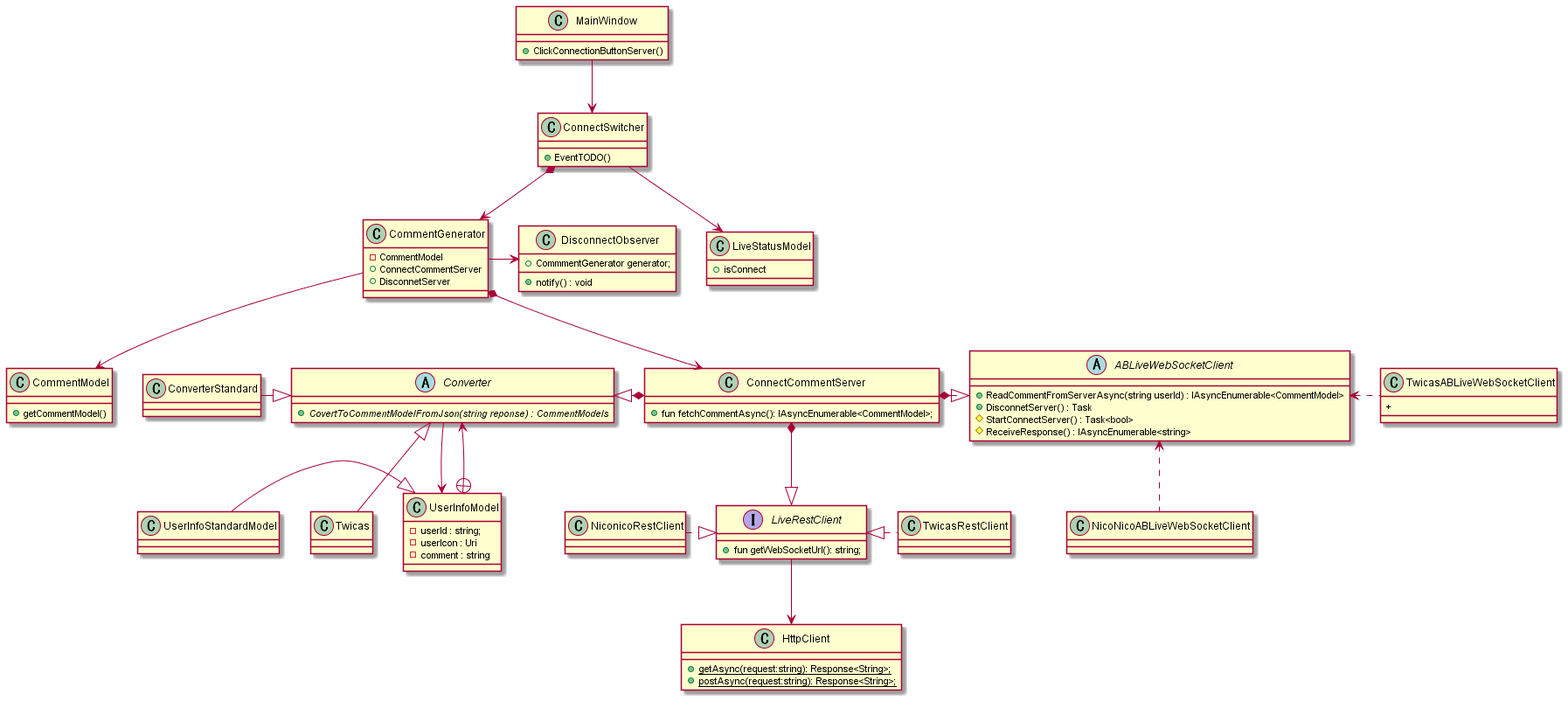
This is ultra-comment-viewer/out/class-design/model/fetch-comment/コメント取得クラス図.png from elm-niconico/AppDesign, a PlantUML export, as it was before one commit.
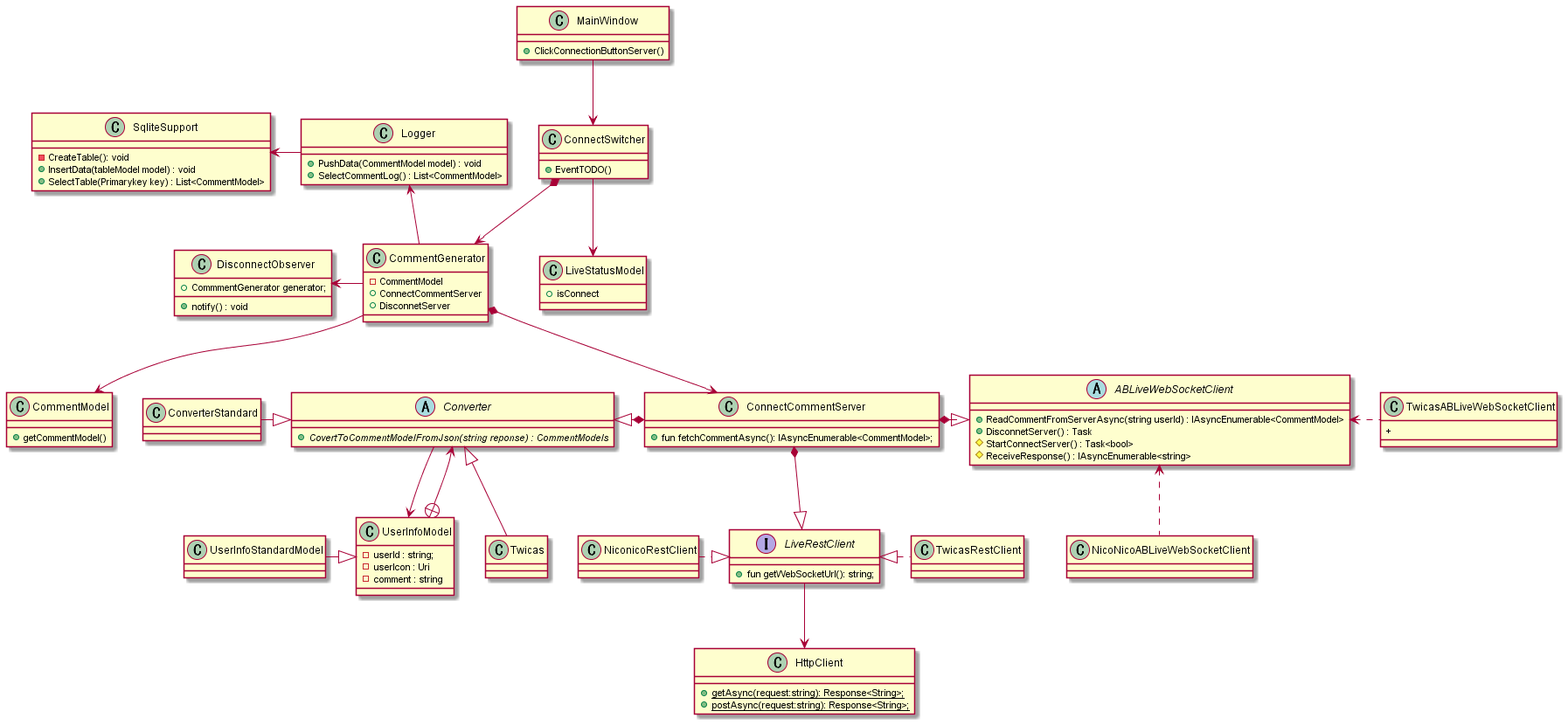
The same file after the commit.

The edit, as a diff of the source:
```diff
@@ -38,6 +38,18 @@
     class TwicasABLiveWebSocketClient{
         +
     }
+
+    class SqliteSupport{
+        - CreateTable(): void
+        + InsertData(tableModel model) : void
+        + SelectTable(Primarykey key) : List<CommentModel>
+    }
+
+    class Logger{
+        + PushData(CommentModel model) : void
+        + SelectCommentLog() : List<CommentModel>
+    }
+
 
     class DisconnectObserver{
         + CommmentGenerator generator;
@@ -99,5 +111,7 @@
 
     ConverterStandard -right-|> Converter
 
+    CommentGenerator -up-> Logger
+    Logger -left-> SqliteSupport
 
 @enduml
```
